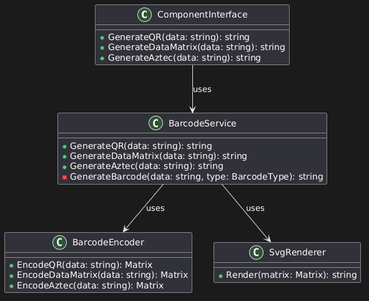
The PlantUML diagram docs/uml-class-diagram.png in Triler1/1c-barcode-generator, before a commit. Its diagram source:
```plantuml
@startuml
class ComponentInterface {
  +GenerateQR(data: string): string
  +GenerateDataMatrix(data: string): string
  +GenerateAztec(data: string): string
}

class BarcodeService {
  +GenerateQR(data: string): string
  +GenerateDataMatrix(data: string): string
  +GenerateAztec(data: string): string
  -GenerateBarcode(data: string, type: BarcodeType): string
}

class BarcodeEncoder {
  +EncodeQR(data: string): Matrix
  +EncodeDataMatrix(data: string): Matrix
  +EncodeAztec(data: string): Matrix
}

class SvgRenderer {
  +Render(matrix: Matrix): string
}

ComponentInterface --> BarcodeService : uses
BarcodeService --> BarcodeEncoder : uses
BarcodeService --> SvgRenderer : uses
@enduml
```
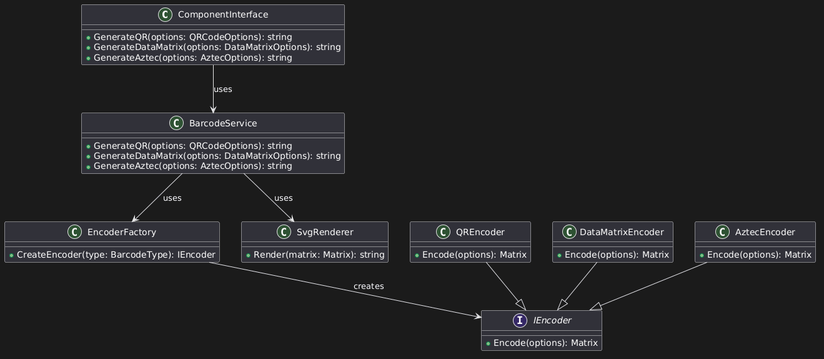
The same file after the commit.

Change to the diagram source:
```diff
@@ -1,21 +1,34 @@
 @startuml
 class ComponentInterface {
-  +GenerateQR(data: string): string
-  +GenerateDataMatrix(data: string): string
-  +GenerateAztec(data: string): string
+  +GenerateQR(options: QRCodeOptions): string
+  +GenerateDataMatrix(options: DataMatrixOptions): string
+  +GenerateAztec(options: AztecOptions): string
 }
 
 class BarcodeService {
-  +GenerateQR(data: string): string
-  +GenerateDataMatrix(data: string): string
-  +GenerateAztec(data: string): string
-  -GenerateBarcode(data: string, type: BarcodeType): string
+  +GenerateQR(options: QRCodeOptions): string
+  +GenerateDataMatrix(options: DataMatrixOptions): string
+  +GenerateAztec(options: AztecOptions): string
 }
 
-class BarcodeEncoder {
-  +EncodeQR(data: string): Matrix
-  +EncodeDataMatrix(data: string): Matrix
-  +EncodeAztec(data: string): Matrix
+class EncoderFactory {
+  +CreateEncoder(type: BarcodeType): IEncoder
+}
+
+interface IEncoder {
+  +Encode(options): Matrix
+}
+
+class QREncoder {
+  +Encode(options): Matrix
+}
+
+class DataMatrixEncoder {
+  +Encode(options): Matrix
+}
+
+class AztecEncoder {
+  +Encode(options): Matrix
 }
 
 class SvgRenderer {
@@ -23,6 +36,11 @@
 }
 
 ComponentInterface --> BarcodeService : uses
-BarcodeService --> BarcodeEncoder : uses
+BarcodeService --> EncoderFactory : uses
 BarcodeService --> SvgRenderer : uses
+EncoderFactory --> IEncoder : creates
+
+QREncoder --|> IEncoder
+DataMatrixEncoder --|> IEncoder
+AztecEncoder --|> IEncoder
 @enduml
```
